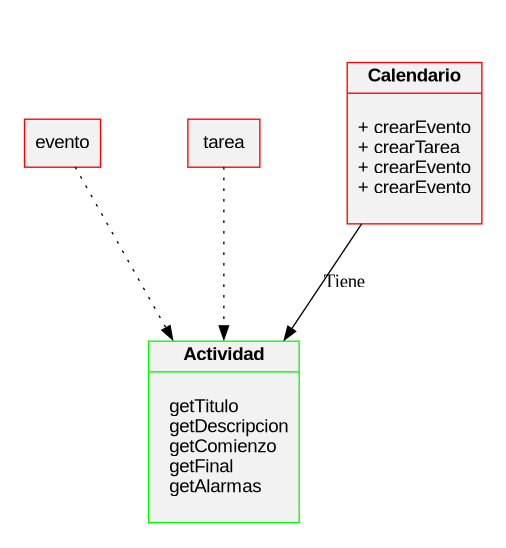
Before: Diagrama/diagramaClases.png, a diagram exported from Graphviz (Java-Supremacists/TP1-Calendario). Its source is kept beside it as Diagrama/diagramaClases.dot.
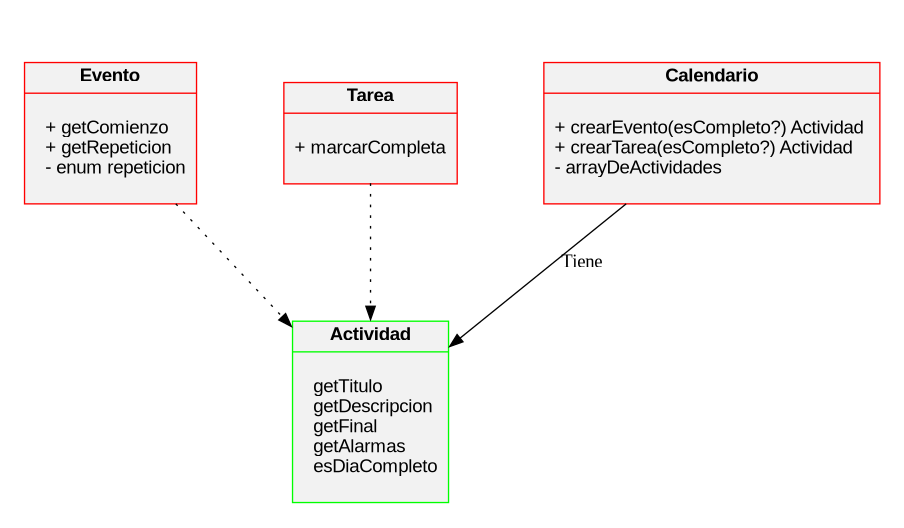
Later version of the same file.

Commit message:
Diagrama de clases listo

Change to the diagram source:
```diff
@@ -21,15 +21,30 @@
 		fillcolor=gray95
 	]
 	evento [color = "red"] //clase
+	evento[label = <{
+		<b>Evento</b>|
+		<br align="left"/>
+  		+ getComienzo<br align="left"/>
+  		+ getRepeticion<br align="left"/>
+  		- enum repeticion<br align="left"/>
+		<br align="left"/>}>]
+
+
 	tarea [color = "red"]//clase
+	tarea[label = <{
+		<b>Tarea</b>|
+		<br align="left"/>
+		+ marcarCompleta<br align="left"/>
+		<br align="left"/>}>]
+
+
 	calendario [color = "red"]//clase
 	calendario[label = <{
 		<b>Calendario</b>|
 		<br align="left"/>
-		+ crearEvento<br align="left"/>
-		+ crearTarea<br align="left"/>
-		+ crearEvento<br align="left"/>
-		+ crearEvento<br align="left"/>
+		+ crearEvento(esCompleto?) Actividad <br align="left"/>
+		+ crearTarea(esCompleto?) Actividad<br align="left"/>
+		- arrayDeActividades<br align="left"/>
 		<br align="left"/>}>]
 
 	actividad [color = "green"]//interfaz
@@ -38,10 +53,11 @@
   		<br align="left"/>
   		getTitulo<br align="left"/>
   		getDescripcion<br align="left"/>
-  		getComienzo<br align="left"/>
   		getFinal<br align="left"/>
   		getAlarmas<br align="left"/>
+  		esDiaCompleto<br align="left"/>
   		<br align="left"/>}>]
+	actividad [comment = "green"]
 
 	evento -> actividad [style = dotted]
   	tarea -> actividad [style = dotted]
@@ -168,3 +184,28 @@
 /* 			}> */
 /* 	] */
 /* } */
+
+
+
+
+
+
+
+
+
+
+
+
+
+
+/* public Evento(titulo, descripcion, esCompleto, Comienzo, Final, Alarmas) { */
+
+/* 	this.titulo = titulo */
+/* 	this.descripcion = descripcion */
+/* 	this.esCompleto = esCompleto */
+/* 	if this.esCompleto == True { */
+/* 		this.Comienzo = (el dia que pasate a las 00) */
+/* 	} */
+/* 	this.Comienzo = Comienzo */
+
+/* } */
```
